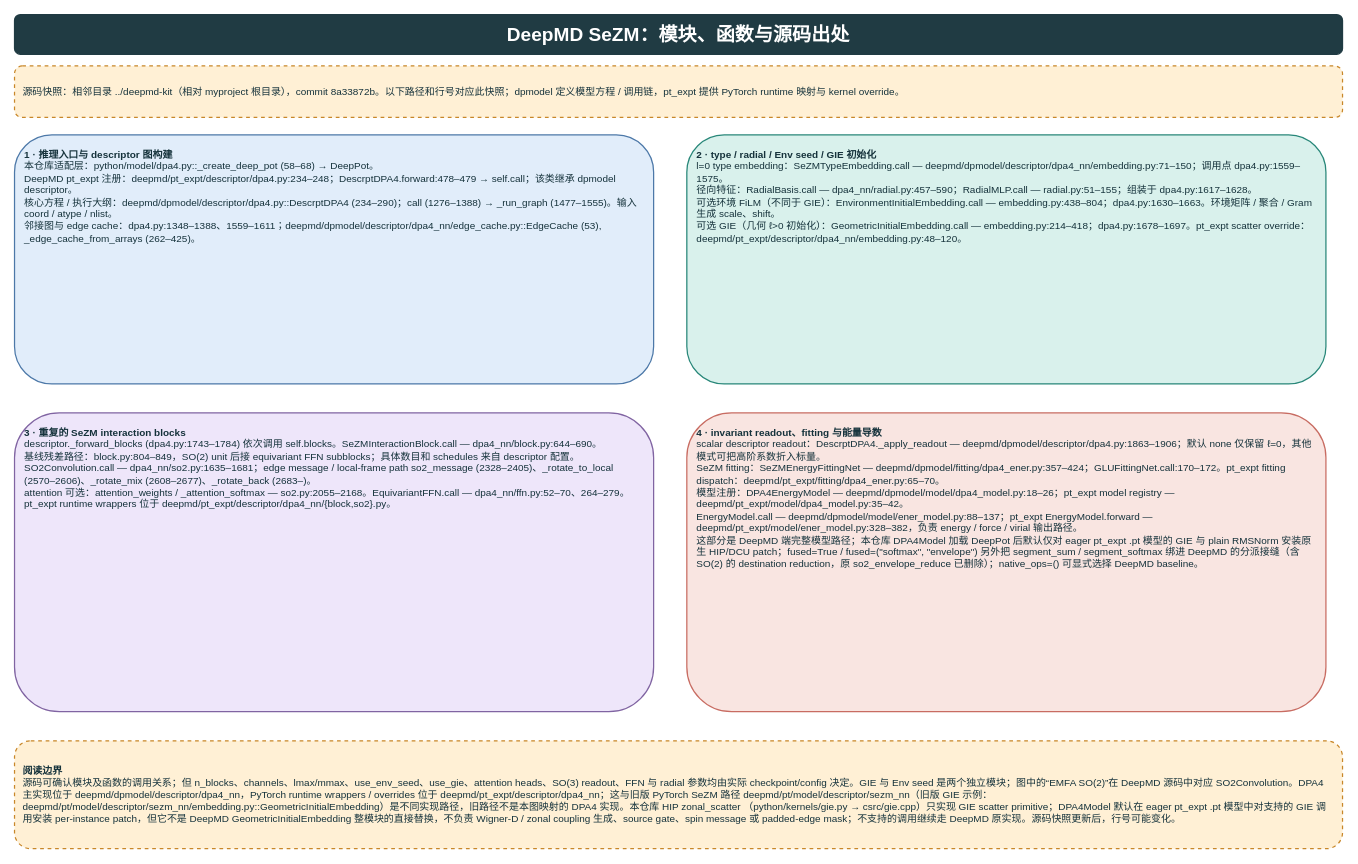
The draw.io diagram page "DeepMD 源码出处" (4 of 4) of docs/dpa4-model-architecture.drawio in lipengfei1409/bysj, before the edit. Source tidied: cells renumbered, new cells numbered last; positions are measured from the earlier drawing's top-left corner, leaving out a move shared by most shapes. Both pictures are drawn from the tidied source at 83%, with x=0, y=0 at pixel (14, 14).
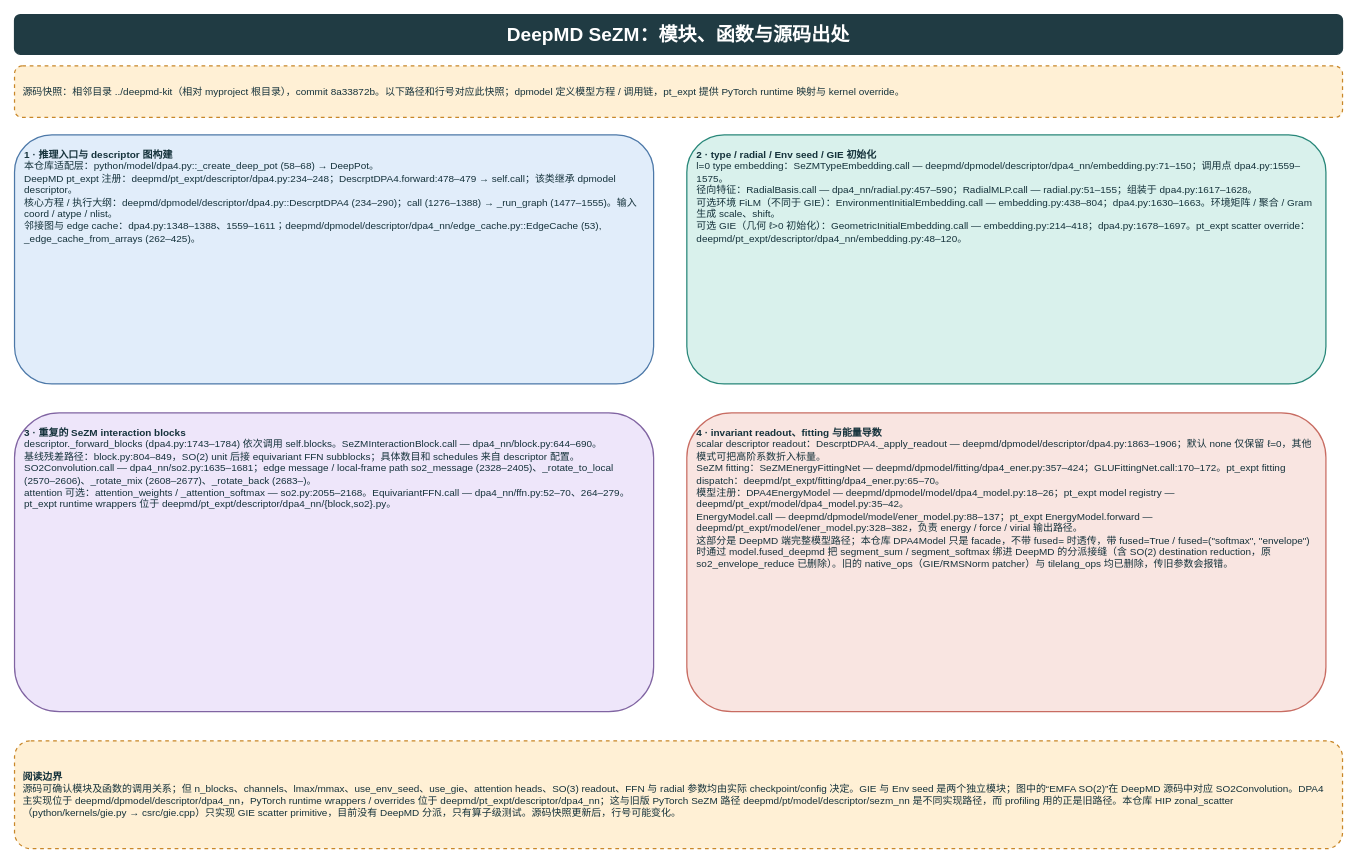
After the change.

Commit message (it also covers changes not shown here):
refactor(model): reduce DPA4Model to a facade over DeepPot

Change to the diagram source:
```diff
@@
 <mxGraphModel>
   <root>
     <mxCell id="0" />
     <mxCell id="1" parent="0" />
     <mxCell id="2" value="DeepMD SeZM：模块、函数与源码出处" style="rounded=1;whiteSpace=wrap;html=1;fillColor=#203B43;strokeColor=#203B43;fontColor=#FFFFFF;fontSize=23;align=center;verticalAlign=middle;spacing=8;fontStyle=1;strokeWidth=1.5;" parent="1" vertex="1">
       <mxGeometry width="1600" height="48" as="geometry" />
     </mxCell>
     <mxCell id="3" value="源码快照：相邻目录 ../deepmd-kit（相对 myproject 根目录），commit 8a33872b。以下路径和行号对应此快照；dpmodel 定义模型方程 / 调用链，pt_expt 提供 PyTorch runtime 映射与 kernel override。" style="rounded=1;whiteSpace=wrap;html=1;fillColor=#FFF0D5;strokeColor=#C88729;fontColor=#15323B;fontSize=12;align=left;verticalAlign=middle;spacing=10;dashed=1;strokeWidth=1.5;" parent="1" vertex="1">
       <mxGeometry y="62" width="1600" height="62" as="geometry" />
     </mxCell>
     <mxCell id="4" value="&lt;b&gt;1 · 推理入口与 descriptor 图构建&lt;/b&gt;&lt;br&gt;本仓库适配层：python/model/dpa4.py::_create_deep_pot (58–68) → DeepPot。&lt;br&gt;DeepMD pt_expt 注册：deepmd/pt_expt/descriptor/dpa4.py:234–248；DescrptDPA4.forward:478–479 → self.call；该类继承 dpmodel descriptor。&lt;br&gt;核心方程 / 执行大纲：deepmd/dpmodel/descriptor/dpa4.py::DescrptDPA4 (234–290)；call (1276–1388) → _run_graph (1477–1555)。输入 coord / atype / nlist。&lt;br&gt;邻接图与 edge cache：dpa4.py:1348–1388、1559–1611；deepmd/dpmodel/descriptor/dpa4_nn/edge_cache.py::EdgeCache (53), _edge_cache_from_arrays (262–425)。" style="rounded=1;whiteSpace=wrap;html=1;fillColor=#E1EDFA;strokeColor=#4C78A8;fontColor=#15323B;fontSize=12;align=left;verticalAlign=top;spacing=12;strokeWidth=1.5;" parent="1" vertex="1">
       <mxGeometry y="145" width="770" height="300" as="geometry" />
     </mxCell>
     <mxCell id="5" value="&lt;b&gt;2 · type / radial / Env seed / GIE 初始化&lt;/b&gt;&lt;br&gt;l=0 type embedding：SeZMTypeEmbedding.call — deepmd/dpmodel/descriptor/dpa4_nn/embedding.py:71–150；调用点 dpa4.py:1559–1575。&lt;br&gt;径向特征：RadialBasis.call — dpa4_nn/radial.py:457–590；RadialMLP.call — radial.py:51–155；组装于 dpa4.py:1617–1628。&lt;br&gt;可选环境 FiLM（不同于 GIE）：EnvironmentInitialEmbedding.call — embedding.py:438–804；dpa4.py:1630–1663。环境矩阵 / 聚合 / Gram 生成 scale、shift。&lt;br&gt;可选 GIE（几何 ℓ&gt;0 初始化）：GeometricInitialEmbedding.call — embedding.py:214–418；dpa4.py:1678–1697。pt_expt scatter override：deepmd/pt_expt/descriptor/dpa4_nn/embedding.py:48–120。" style="rounded=1;whiteSpace=wrap;html=1;fillColor=#D9F1EC;strokeColor=#288779;fontColor=#15323B;fontSize=12;align=left;verticalAlign=top;spacing=12;strokeWidth=1.5;" parent="1" vertex="1">
       <mxGeometry x="810" y="145" width="770" height="300" as="geometry" />
     </mxCell>
     <mxCell id="6" value="&lt;b&gt;3 · 重复的 SeZM interaction blocks&lt;/b&gt;&lt;br&gt;descriptor._forward_blocks (dpa4.py:1743–1784) 依次调用 self.blocks。SeZMInteractionBlock.call — dpa4_nn/block.py:644–690。&lt;br&gt;基线残差路径：block.py:804–849，SO(2) unit 后接 equivariant FFN subblocks；具体数目和 schedules 来自 descriptor 配置。&lt;br&gt;SO2Convolution.call — dpa4_nn/so2.py:1635–1681；edge message / local-frame path so2_message (2328–2405)、_rotate_to_local (2570–2606)、_rotate_mix (2608–2677)、_rotate_back (2683–)。&lt;br&gt;attention 可选：attention_weights / _attention_softmax — so2.py:2055–2168。EquivariantFFN.call — dpa4_nn/ffn.py:52–70、264–279。pt_expt runtime wrappers 位于 deepmd/pt_expt/descriptor/dpa4_nn/{block,so2}.py。" style="rounded=1;whiteSpace=wrap;html=1;fillColor=#EEE6FA;strokeColor=#8064A2;fontColor=#15323B;fontSize=12;align=left;verticalAlign=top;spacing=12;strokeWidth=1.5;" parent="1" vertex="1">
       <mxGeometry y="480" width="770" height="360" as="geometry" />
     </mxCell>
-    <mxCell id="7" value="&lt;b&gt;4 · invariant readout、fitting 与能量导数&lt;/b&gt;&lt;br&gt;scalar descriptor readout：DescrptDPA4._apply_readout — deepmd/dpmodel/descriptor/dpa4.py:1863–1906；默认 none 仅保留 ℓ=0，其他模式可把高阶系数折入标量。&lt;br&gt;SeZM fitting：SeZMEnergyFittingNet — deepmd/dpmodel/fitting/dpa4_ener.py:357–424；GLUFittingNet.call:170–172。pt_expt fitting dispatch：deepmd/pt_expt/fitting/dpa4_ener.py:65–70。&lt;br&gt;模型注册：DPA4EnergyModel — deepmd/dpmodel/model/dpa4_model.py:18–26；pt_expt model registry — deepmd/pt_expt/model/dpa4_model.py:35–42。&lt;br&gt;EnergyModel.call — deepmd/dpmodel/model/ener_model.py:88–137；pt_expt EnergyModel.forward — deepmd/pt_expt/model/ener_model.py:328–382，负责 energy / force / virial 输出路径。&lt;br&gt;这部分是 DeepMD 端完整模型路径；本仓库 DPA4Model 加载 DeepPot 后默认仅对 eager pt_expt .pt 模型的 GIE 与 plain RMSNorm 安装原生 HIP/DCU patch；fused=True / fused=(&quot;softmax&quot;, &quot;envelope&quot;) 另外把 segment_sum / segment_softmax 绑进 DeepMD 的分派接缝（含 SO(2) 的 destination reduction，原 so2_envelope_reduce 已删除）；native_ops=() 可显式选择 DeepMD baseline。" style="rounded=1;whiteSpace=wrap;html=1;fillColor=#F9E5E1;strokeColor=#C86C62;fontColor=#15323B;fontSize=12;align=left;verticalAlign=top;spacing=12;strokeWidth=1.5;" parent="1" vertex="1">
+    <mxCell id="7" value="&lt;b&gt;4 · invariant readout、fitting 与能量导数&lt;/b&gt;&lt;br&gt;scalar descriptor readout：DescrptDPA4._apply_readout — deepmd/dpmodel/descriptor/dpa4.py:1863–1906；默认 none 仅保留 ℓ=0，其他模式可把高阶系数折入标量。&lt;br&gt;SeZM fitting：SeZMEnergyFittingNet — deepmd/dpmodel/fitting/dpa4_ener.py:357–424；GLUFittingNet.call:170–172。pt_expt fitting dispatch：deepmd/pt_expt/fitting/dpa4_ener.py:65–70。&lt;br&gt;模型注册：DPA4EnergyModel — deepmd/dpmodel/model/dpa4_model.py:18–26；pt_expt model registry — deepmd/pt_expt/model/dpa4_model.py:35–42。&lt;br&gt;EnergyModel.call — deepmd/dpmodel/model/ener_model.py:88–137；pt_expt EnergyModel.forward — deepmd/pt_expt/model/ener_model.py:328–382，负责 energy / force / virial 输出路径。&lt;br&gt;这部分是 DeepMD 端完整模型路径；本仓库 DPA4Model 只是 facade，不带 fused= 时透传，带 fused=True / fused=(&quot;softmax&quot;, &quot;envelope&quot;) 时通过 model.fused_deepmd 把 segment_sum / segment_softmax 绑进 DeepMD 的分派接缝（含 SO(2) destination reduction，原 so2_envelope_reduce 已删除）。旧的 native_ops（GIE/RMSNorm patcher）与 tilelang_ops 均已删除，传旧参数会报错。" style="rounded=1;whiteSpace=wrap;html=1;fillColor=#F9E5E1;strokeColor=#C86C62;fontColor=#15323B;fontSize=12;align=left;verticalAlign=top;spacing=12;strokeWidth=1.5;" parent="1" vertex="1">
       <mxGeometry x="810" y="480" width="770" height="360" as="geometry" />
     </mxCell>
-    <mxCell id="8" value="&lt;b&gt;阅读边界&lt;/b&gt;&lt;br&gt;源码可确认模块及函数的调用关系；但 n_blocks、channels、lmax/mmax、use_env_seed、use_gie、attention heads、SO(3) readout、FFN 与 radial 参数均由实际 checkpoint/config 决定。GIE 与 Env seed 是两个独立模块；图中的“EMFA SO(2)”在 DeepMD 源码中对应 SO2Convolution。DPA4 主实现位于 deepmd/dpmodel/descriptor/dpa4_nn，PyTorch runtime wrappers / overrides 位于 deepmd/pt_expt/descriptor/dpa4_nn；这与旧版 PyTorch SeZM 路径 deepmd/pt/model/descriptor/sezm_nn（旧版 GIE 示例：deepmd/pt/model/descriptor/sezm_nn/embedding.py::GeometricInitialEmbedding）是不同实现路径，旧路径不是本图映射的 DPA4 实现。本仓库 HIP zonal_scatter （python/kernels/gie.py → csrc/gie.cpp）只实现 GIE scatter primitive；DPA4Model 默认在 eager pt_expt .pt 模型中对支持的 GIE 调用安装 per-instance patch，但它不是 DeepMD GeometricInitialEmbedding 整模块的直接替换，不负责 Wigner-D / zonal coupling 生成、source gate、spin message 或 padded-edge mask；不支持的调用继续走 DeepMD 原实现。源码快照更新后，行号可能变化。" style="rounded=1;whiteSpace=wrap;html=1;fillColor=#FFF0D5;strokeColor=#C88729;fontColor=#15323B;fontSize=12;align=left;verticalAlign=middle;spacing=10;dashed=1;strokeWidth=1.5;" parent="1" vertex="1">
+    <mxCell id="8" value="&lt;b&gt;阅读边界&lt;/b&gt;&lt;br&gt;源码可确认模块及函数的调用关系；但 n_blocks、channels、lmax/mmax、use_env_seed、use_gie、attention heads、SO(3) readout、FFN 与 radial 参数均由实际 checkpoint/config 决定。GIE 与 Env seed 是两个独立模块；图中的“EMFA SO(2)”在 DeepMD 源码中对应 SO2Convolution。DPA4 主实现位于 deepmd/dpmodel/descriptor/dpa4_nn，PyTorch runtime wrappers / overrides 位于 deepmd/pt_expt/descriptor/dpa4_nn；这与旧版 PyTorch SeZM 路径 deepmd/pt/model/descriptor/sezm_nn 是不同实现路径，而 profiling 用的正是旧路径。本仓库 HIP zonal_scatter（python/kernels/gie.py → csrc/gie.cpp）只实现 GIE scatter primitive，目前没有 DeepMD 分派，只有算子级测试。源码快照更新后，行号可能变化。" style="rounded=1;whiteSpace=wrap;html=1;fillColor=#FFF0D5;strokeColor=#C88729;fontColor=#15323B;fontSize=12;align=left;verticalAlign=middle;spacing=10;dashed=1;strokeWidth=1.5;" parent="1" vertex="1">
       <mxGeometry y="875" width="1600" height="130" as="geometry" />
     </mxCell>
   </root>
 </mxGraphModel>
```
